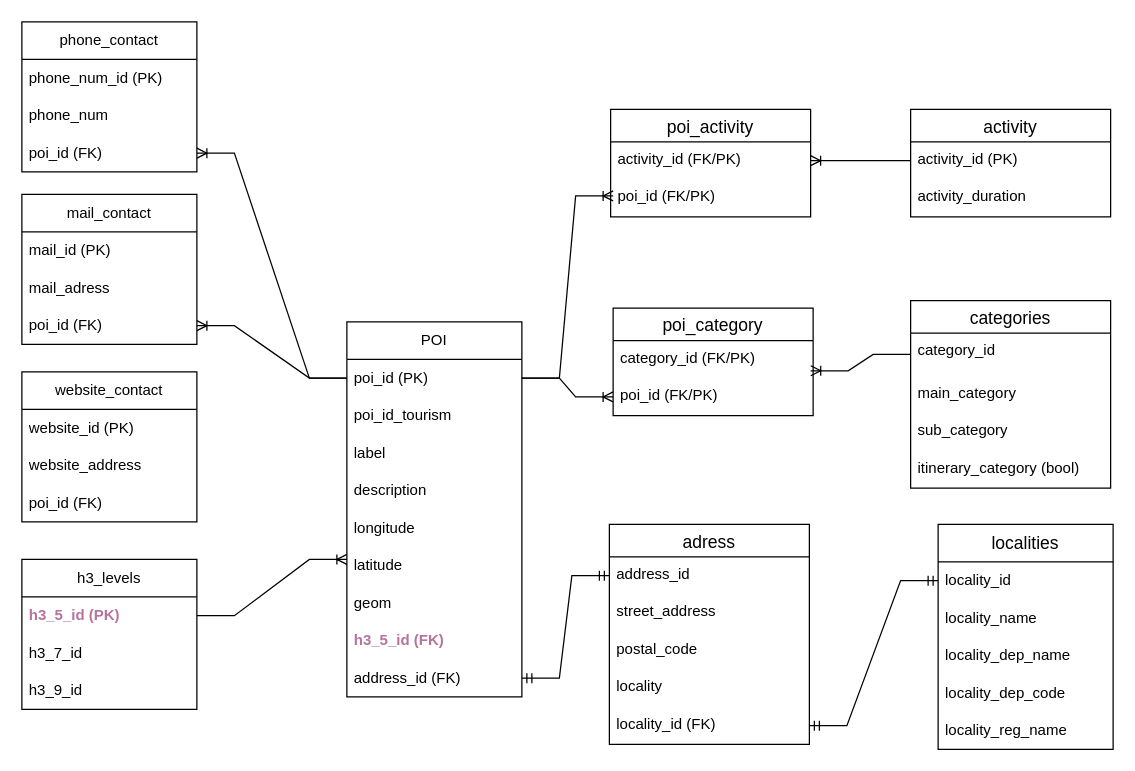
DataScientest-Studio/nov25_bde_itineraire_vacances keeps this draw.io diagram as src/data/etl_datatourisme_webservice/POI_DB_MLD.drawio. Above is the earlier version. Source tidied: cells renumbered, new cells numbered last; positions are measured from the earlier drawing's top-left corner, leaving out a move shared by most shapes. Both pictures are drawn from the tidied source at 125%, with x=0, y=0 at pixel (21, 21).
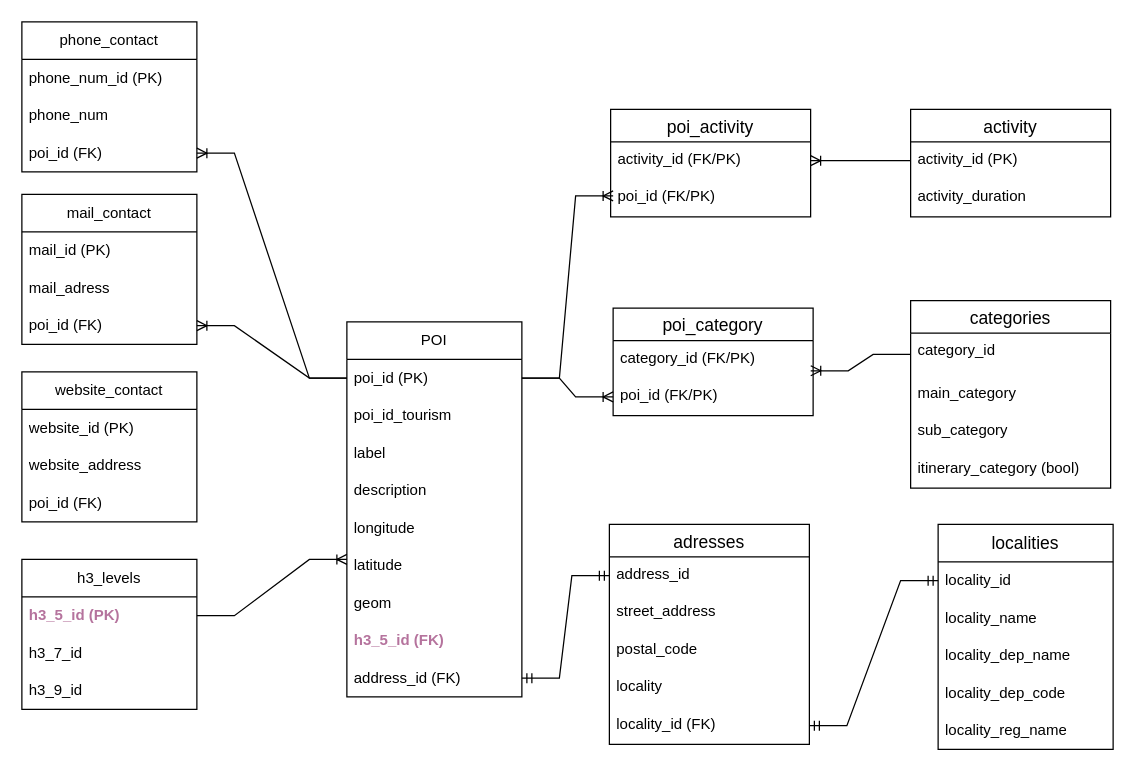
The same diagram, later.

The edit, as a diff of the source:
```diff
@@
-    <mxCell id="31" value="adress" style="swimlane;fontStyle=0;horizontal=1;startSize=26;align=center;fontSize=14;" parent="1" vertex="1">
+    <mxCell id="31" value="adresses" style="swimlane;fontStyle=0;horizontal=1;startSize=26;align=center;fontSize=14;" parent="1" vertex="1">
       <mxGeometry x="470" y="402" width="160" height="176" as="geometry" />
     </mxCell>
```
